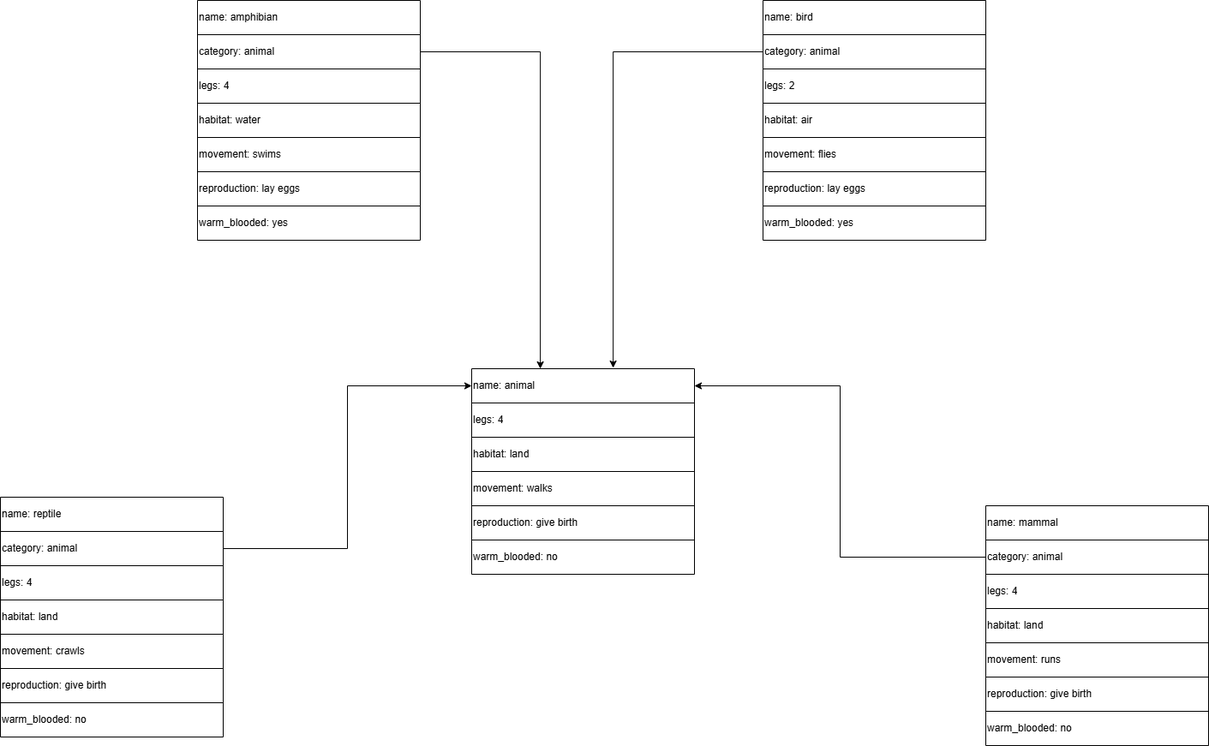
Before: Intelligent System/myFrame.drawio.png, a diagram exported from draw.io (another4433/another4433). Source tidied: cells renumbered, new cells last; positions are measured from the earlier drawing's top-left corner, leaving out a move shared by most shapes.
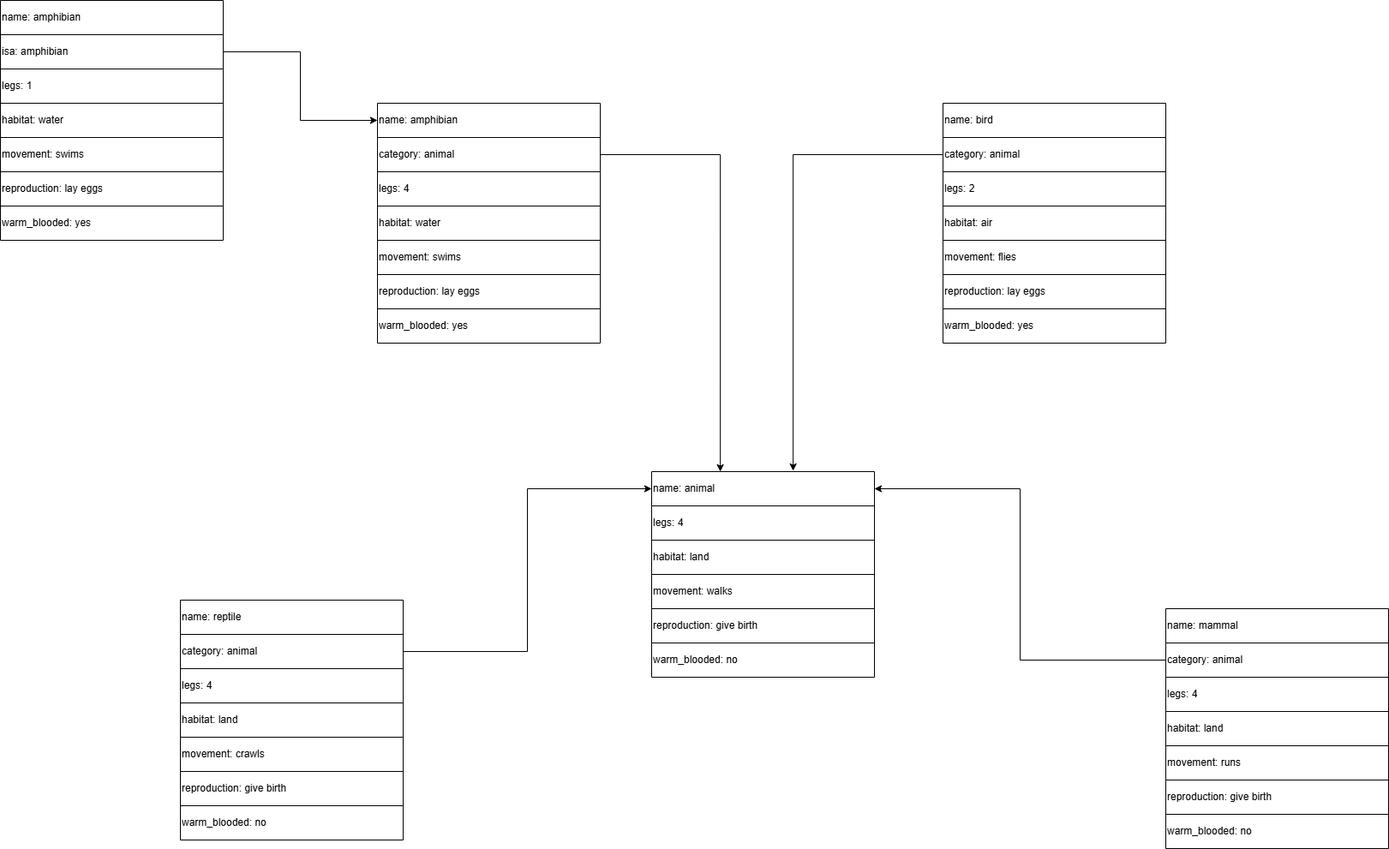
The same file after the commit.

Change to the diagram source:
```diff
@@ -233,5 +233,53 @@
     <mxCell id="78" style="edgeStyle=orthogonalEdgeStyle;rounded=0;jettySize=auto;html=1;entryX=0.308;entryY=0;entryDx=0;entryDy=0;entryPerimeter=0;" parent="1" edge="1" source="66" target="3">
       <mxGeometry relative="1" as="geometry" />
     </mxCell>
+    <mxCell id="79" style="shape=table;startSize=0;" parent="1" vertex="1">
+      <mxGeometry x="-210" y="-120" width="260" height="280" as="geometry" />
+    </mxCell>
+    <mxCell id="80" style="shape=tableRow;horizontal=0;startSize=0;swimlaneHead=0;swimlaneBody=0;strokeColor=inherit;top=0;left=0;bottom=0;right=0;fillColor=none;" parent="79" vertex="1">
+      <mxGeometry width="260" height="40" as="geometry" />
+    </mxCell>
+    <mxCell id="81" value="name: amphibian" style="shape=partialRectangle;html=1;whiteSpace=wrap;strokeColor=inherit;overflow=hidden;fillColor=none;top=0;left=0;bottom=0;right=0;align=left;" parent="80" vertex="1">
+      <mxGeometry width="260" height="40" as="geometry" />
+    </mxCell>
+    <mxCell id="82" style="shape=tableRow;horizontal=0;startSize=0;swimlaneHead=0;swimlaneBody=0;strokeColor=inherit;top=0;left=0;bottom=0;right=0;fillColor=none;points=[[0,0.5],[1,0.5]];portConstraint=eastwest;" parent="79" vertex="1">
+      <mxGeometry y="40" width="260" height="40" as="geometry" />
+    </mxCell>
+    <mxCell id="83" value="isa: amphibian" style="shape=partialRectangle;html=1;whiteSpace=wrap;strokeColor=inherit;overflow=hidden;fillColor=none;top=0;left=0;bottom=0;right=0;align=left;" parent="82" vertex="1">
+      <mxGeometry width="260" height="40" as="geometry" />
+    </mxCell>
+    <mxCell id="84" style="shape=tableRow;horizontal=0;startSize=0;swimlaneHead=0;swimlaneBody=0;strokeColor=inherit;top=0;left=0;bottom=0;right=0;fillColor=none;" parent="79" vertex="1">
+      <mxGeometry y="80" width="260" height="40" as="geometry" />
+    </mxCell>
+    <mxCell id="85" value="legs: 1" style="shape=partialRectangle;html=1;whiteSpace=wrap;strokeColor=inherit;overflow=hidden;fillColor=none;top=0;left=0;bottom=0;right=0;align=left;" parent="84" vertex="1">
+      <mxGeometry width="260" height="40" as="geometry" />
+    </mxCell>
+    <mxCell id="86" style="shape=tableRow;horizontal=0;startSize=0;swimlaneHead=0;swimlaneBody=0;strokeColor=inherit;top=0;left=0;bottom=0;right=0;fillColor=none;" parent="79" vertex="1">
+      <mxGeometry y="120" width="260" height="40" as="geometry" />
+    </mxCell>
+    <mxCell id="87" value="habitat: water" style="shape=partialRectangle;html=1;whiteSpace=wrap;strokeColor=inherit;overflow=hidden;fillColor=none;top=0;left=0;bottom=0;right=0;align=left;" parent="86" vertex="1">
+      <mxGeometry width="260" height="40" as="geometry" />
+    </mxCell>
+    <mxCell id="88" style="shape=tableRow;horizontal=0;startSize=0;swimlaneHead=0;swimlaneBody=0;strokeColor=inherit;top=0;left=0;bottom=0;right=0;fillColor=none;" parent="79" vertex="1">
+      <mxGeometry y="160" width="260" height="40" as="geometry" />
+    </mxCell>
+    <mxCell id="89" value="movement: swims" style="shape=partialRectangle;html=1;whiteSpace=wrap;strokeColor=inherit;overflow=hidden;fillColor=none;top=0;left=0;bottom=0;right=0;align=left;" parent="88" vertex="1">
+      <mxGeometry width="260" height="40" as="geometry" />
+    </mxCell>
+    <mxCell id="90" style="shape=tableRow;horizontal=0;startSize=0;swimlaneHead=0;swimlaneBody=0;strokeColor=inherit;top=0;left=0;bottom=0;right=0;fillColor=none;" parent="79" vertex="1">
+      <mxGeometry y="200" width="260" height="40" as="geometry" />
+    </mxCell>
+    <mxCell id="91" value="reproduction: lay eggs" style="shape=partialRectangle;html=1;whiteSpace=wrap;strokeColor=inherit;overflow=hidden;fillColor=none;top=0;left=0;bottom=0;right=0;align=left;" parent="90" vertex="1">
+      <mxGeometry width="260" height="40" as="geometry" />
+    </mxCell>
+    <mxCell id="92" style="shape=tableRow;horizontal=0;startSize=0;swimlaneHead=0;swimlaneBody=0;strokeColor=inherit;top=0;left=0;bottom=0;right=0;fillColor=none;" parent="79" vertex="1">
+      <mxGeometry y="240" width="260" height="40" as="geometry" />
+    </mxCell>
+    <mxCell id="93" value="warm_blooded: yes" style="shape=partialRectangle;html=1;whiteSpace=wrap;strokeColor=inherit;overflow=hidden;fillColor=none;top=0;left=0;bottom=0;right=0;align=left;" parent="92" vertex="1">
+      <mxGeometry width="260" height="40" as="geometry" />
+    </mxCell>
+    <mxCell id="94" style="edgeStyle=orthogonalEdgeStyle;rounded=0;jettySize=auto;html=1;entryX=0;entryY=0.5;entryDx=0;entryDy=0;" parent="1" edge="1" source="82" target="64">
+      <mxGeometry relative="1" as="geometry" />
+    </mxCell>
   </root>
 </mxGraphModel>
```
